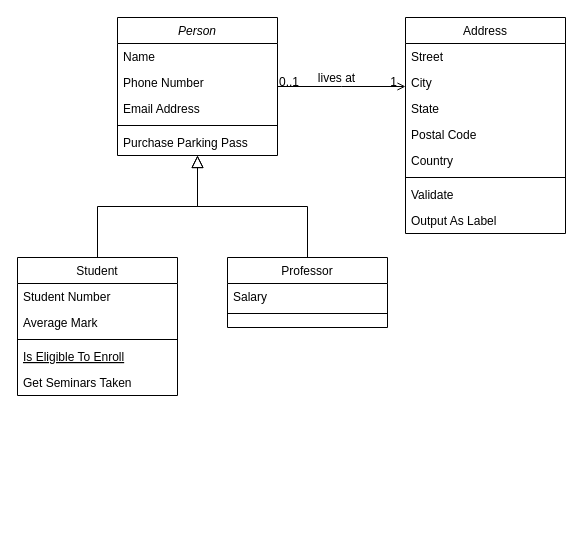
This is QLyNhaSach.drawio from ThanhDat2k4/Source_Code_CPlusPlus, a draw.io file, before an edit. Source tidied: cells renumbered, new cells numbered last; positions are measured from the earlier drawing's top-left corner, leaving out a move shared by most shapes. Both pictures are drawn from the tidied source at 100%, with x=0, y=0 at pixel (17, 17).
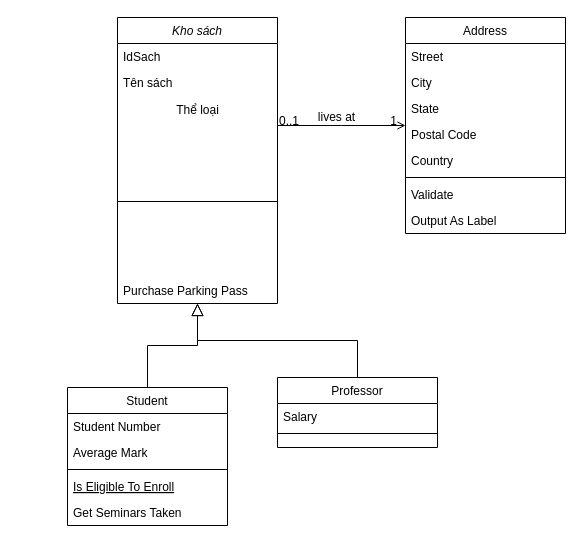
The same page after the edit.

The edit, as a diff of the source:
```diff
@@
-    <mxCell id="2" value="Person" style="swimlane;fontStyle=2;align=center;verticalAlign=top;horizontal=1;startSize=26;rounded=0;shadow=0;strokeWidth=1;" parent="1" vertex="1">
-      <mxGeometry x="100" width="160" height="138" as="geometry" />
+    <mxCell id="2" value="Kho sách" style="swimlane;fontStyle=2;align=center;verticalAlign=top;horizontal=1;startSize=26;rounded=0;shadow=0;strokeWidth=1;" parent="1" vertex="1">
+      <mxGeometry x="100" width="160" height="286" as="geometry" />
     </mxCell>
-    <mxCell id="3" value="Name" style="text;align=left;verticalAlign=top;spacingLeft=4;spacingRight=4;overflow=hidden;" parent="2" vertex="1">
+    <mxCell id="3" value="IdSach" style="text;align=left;verticalAlign=top;spacingLeft=4;spacingRight=4;overflow=hidden;" parent="2" vertex="1">
       <mxGeometry y="26" width="160" height="26" as="geometry" />
     </mxCell>
-    <mxCell id="4" value="Phone Number" style="text;align=left;verticalAlign=top;spacingLeft=4;spacingRight=4;overflow=hidden;rounded=0;shadow=0;html=0;" parent="2" vertex="1">
-      <mxGeometry y="52" width="160" height="26" as="geometry" />
-    </mxCell>
-    <mxCell id="5" value="Email Address" style="text;align=left;verticalAlign=top;spacingLeft=4;spacingRight=4;overflow=hidden;rounded=0;shadow=0;html=0;" parent="2" vertex="1">
-      <mxGeometry y="78" width="160" height="26" as="geometry" />
+    <mxCell id="5" value="Tên sách" style="text;align=left;verticalAlign=top;spacingLeft=4;spacingRight=4;overflow=hidden;rounded=0;shadow=0;html=0;" parent="2" vertex="1">
+      <mxGeometry y="52" width="160" height="26" as="geometry" />
     </mxCell>
+    <mxCell id="32" value="Thể loại" style="text;html=1;align=center;verticalAlign=middle;strokeColor=none;fillColor=none;" parent="2" vertex="1">
+      <mxGeometry y="78" width="160" height="30" as="geometry" />
+    </mxCell>
     <mxCell id="6" style="line;html=1;strokeWidth=1;align=left;verticalAlign=middle;spacingTop=-1;spacingLeft=3;spacingRight=3;labelPosition=right;" parent="2" vertex="1">
-      <mxGeometry y="104" width="160" height="8" as="geometry" />
+      <mxGeometry y="108" width="160" height="152" as="geometry" />
     </mxCell>
     <mxCell id="7" value="Purchase Parking Pass" style="text;align=left;verticalAlign=top;spacingLeft=4;spacingRight=4;overflow=hidden;" parent="2" vertex="1">
-      <mxGeometry y="112" width="160" height="26" as="geometry" />
+      <mxGeometry y="260" width="160" height="26" as="geometry" />
     </mxCell>
     <mxCell id="8" value="Student" style="swimlane;fontStyle=0;align=center;verticalAlign=top;horizontal=1;startSize=26;rounded=0;shadow=0;strokeWidth=1;" parent="1" vertex="1">
-      <mxGeometry y="240" width="160" height="138" as="geometry" />
+      <mxGeometry x="50" y="370" width="160" height="138" as="geometry" />
     </mxCell>
@@
     <mxCell id="15" value="Professor" style="swimlane;fontStyle=0;align=center;verticalAlign=top;horizontal=1;startSize=26;rounded=0;shadow=0;strokeWidth=1;" parent="1" vertex="1">
-      <mxGeometry x="210" y="240" width="160" height="70" as="geometry" />
+      <mxGeometry x="260" y="360" width="160" height="70" as="geometry" />
     </mxCell>
```
